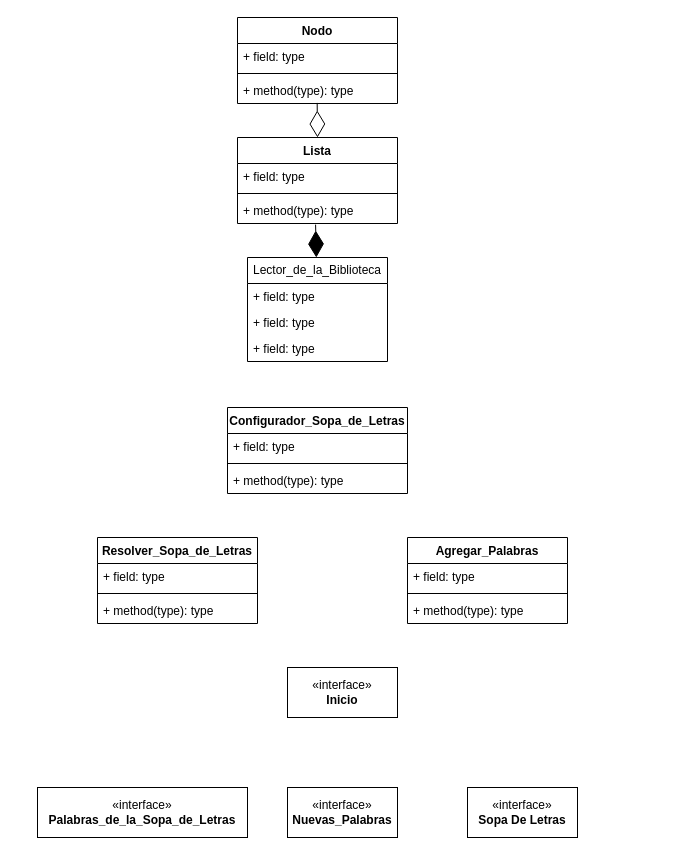
Earlier version of the draw.io diagram sopa_de_letras.drawio (Diegoafkx/sopa-de-letras). Source tidied: cells renumbered, new cells numbered last; positions are measured from the earlier drawing's top-left corner, leaving out a move shared by most shapes. Both pictures are drawn from the tidied source at 100%, with x=0, y=0 at pixel (37, 17).
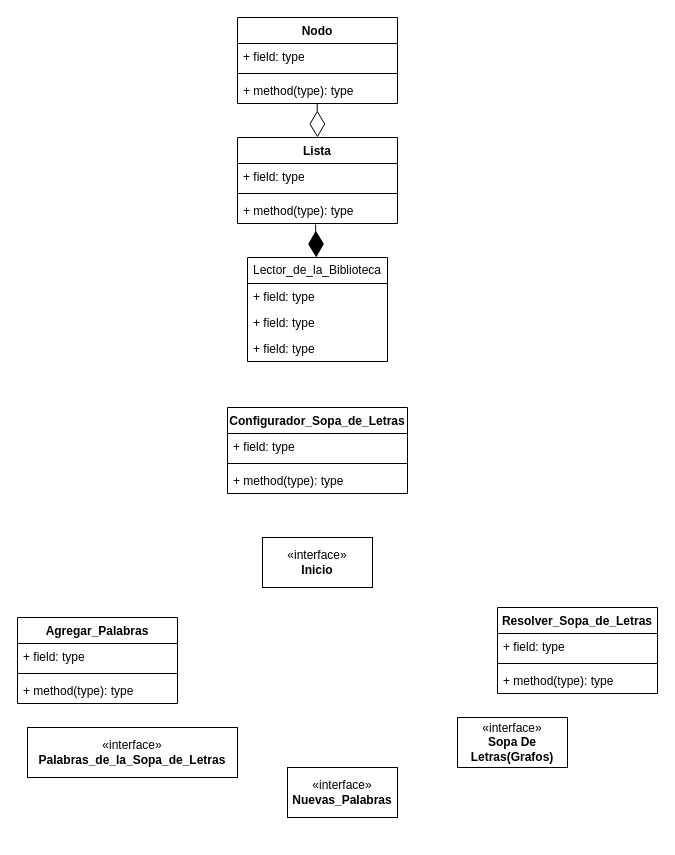
After the change.

Change to the diagram source:
```diff
@@
     <mxCell id="18" value="Resolver_Sopa_de_Letras" style="swimlane;fontStyle=1;align=center;verticalAlign=top;horizontal=1;startSize=26;whiteSpace=wrap;html=1;" parent="1" vertex="1">
-      <mxGeometry x="60" y="520" width="160" height="86" as="geometry" />
+      <mxGeometry x="460" y="590" width="160" height="86" as="geometry" />
     </mxCell>
@@
     <mxCell id="22" value="Agregar_Palabras" style="swimlane;fontStyle=1;align=center;verticalAlign=top;horizontal=1;startSize=26;whiteSpace=wrap;html=1;" parent="1" vertex="1">
-      <mxGeometry x="370" y="520" width="160" height="86" as="geometry" />
+      <mxGeometry x="-20" y="600" width="160" height="86" as="geometry" />
     </mxCell>
@@
     <mxCell id="26" value="«interface»&lt;br&gt;&lt;b&gt;Inicio&lt;/b&gt;" style="html=1;whiteSpace=wrap;" parent="1" vertex="1">
-      <mxGeometry x="250" y="650" width="110" height="50" as="geometry" />
+      <mxGeometry x="225" y="520" width="110" height="50" as="geometry" />
     </mxCell>
-    <mxCell id="27" value="«interface»&lt;br&gt;&lt;b&gt;Sopa De Letras&lt;/b&gt;" style="html=1;whiteSpace=wrap;" parent="1" vertex="1">
-      <mxGeometry x="430" y="770" width="110" height="50" as="geometry" />
+    <mxCell id="27" value="«interface»&lt;br&gt;&lt;b&gt;Sopa De Letras(Grafos)&lt;/b&gt;" style="html=1;whiteSpace=wrap;" parent="1" vertex="1">
+      <mxGeometry x="420" y="700" width="110" height="50" as="geometry" />
     </mxCell>
     <mxCell id="28" value="«interface»&lt;br&gt;&lt;b&gt;Nuevas_Palabras&lt;/b&gt;" style="html=1;whiteSpace=wrap;" parent="1" vertex="1">
-      <mxGeometry x="250" y="770" width="110" height="50" as="geometry" />
+      <mxGeometry x="250" y="750" width="110" height="50" as="geometry" />
     </mxCell>
     <mxCell id="29" value="«interface»&lt;br&gt;&lt;b&gt;Palabras_de_la_Sopa_de_Letras&lt;/b&gt;" style="html=1;whiteSpace=wrap;" parent="1" vertex="1">
-      <mxGeometry y="770" width="210" height="50" as="geometry" />
+      <mxGeometry x="-10" y="710" width="210" height="50" as="geometry" />
     </mxCell>
```
